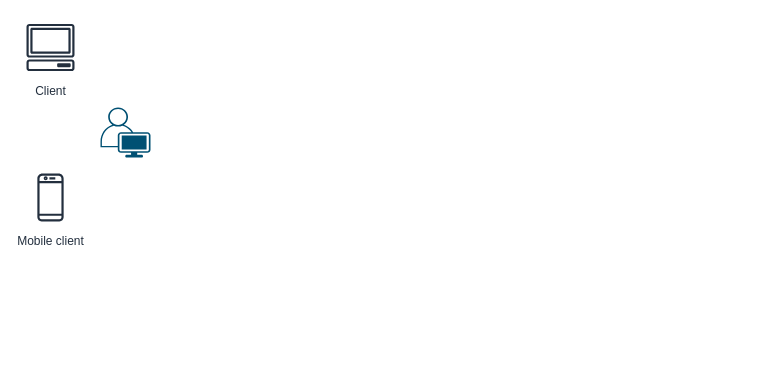
Before: diagrams.net/Untitled Diagram.drawio in karoc/karoc, a draw.io diagram. Source tidied: cells renumbered, new cells numbered last; positions are measured from the earlier drawing's top-left corner, leaving out a move shared by most shapes. Both pictures are drawn from the tidied source at 100%, with x=0, y=0 at pixel (20, 17).
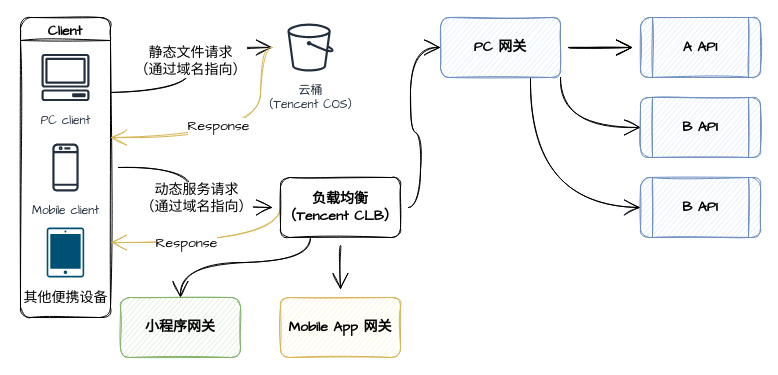
After the change.

The edit, as a diff of the source:
```diff
@@
+    <mxCell id="5" style="edgeStyle=orthogonalEdgeStyle;curved=1;rounded=1;sketch=1;hachureGap=4;jettySize=auto;html=1;exitX=1;exitY=0.25;exitDx=0;exitDy=0;fontFamily=Comic Sans MS;fontSize=14;endArrow=open;startSize=14;endSize=14;sourcePerimeterSpacing=8;targetPerimeterSpacing=8;" parent="1" edge="1" source="2" target="13">
+      <mxGeometry relative="1" as="geometry" />
+    </mxCell>
+    <mxCell id="6" value="&lt;div&gt;静态文件请求&lt;/div&gt;&lt;div&gt;（通过域名指向）&lt;/div&gt;" style="edgeLabel;html=1;align=center;verticalAlign=middle;fontSize=14;fontFamily=Comic Sans MS;" parent="5" vertex="1">
+      <mxGeometry x="0.08" y="1" relative="1" as="geometry" />
+    </mxCell>
+    <mxCell id="7" style="edgeStyle=orthogonalEdgeStyle;curved=1;rounded=1;sketch=1;hachureGap=4;jettySize=auto;html=1;fontFamily=Comic Sans MS;fontSize=14;endArrow=open;startSize=14;endSize=14;sourcePerimeterSpacing=8;targetPerimeterSpacing=8;" parent="1" edge="1" source="2" target="19">
+      <mxGeometry relative="1" as="geometry" />
+    </mxCell>
+    <mxCell id="8" value="&lt;div&gt;动态服务请求&lt;/div&gt;&lt;div&gt;（通过域名指向）&lt;/div&gt;" style="edgeLabel;html=1;align=center;verticalAlign=middle;fontSize=14;fontFamily=Comic Sans MS;" parent="7" vertex="1">
+      <mxGeometry x="-0.26" y="-3" relative="1" as="geometry">
+        <mxPoint x="8" y="30" as="offset" />
+      </mxGeometry>
+    </mxCell>
-    <mxCell id="2" value="Client" style="sketch=0;outlineConnect=0;fontColor=#232F3E;gradientColor=none;strokeColor=#232F3E;fillColor=#ffffff;dashed=0;verticalLabelPosition=bottom;verticalAlign=top;align=center;html=1;fontSize=12;fontStyle=0;shape=mxgraph.aws4.resourceIcon;resIcon=mxgraph.aws4.client;rounded=0;" parent="1" vertex="1">
-      <mxGeometry width="60" height="60" as="geometry" />
+    <mxCell id="2" value="Client" style="swimlane;rounded=1;shadow=0;glass=0;sketch=1;hachureGap=4;fontFamily=Comic Sans MS;fontSize=14;" parent="1" vertex="1">
+      <mxGeometry width="90" height="300" as="geometry" />
     </mxCell>
+    <mxCell id="9" value="&lt;div&gt;PC client&lt;/div&gt;" style="sketch=0;fontColor=#232F3E;gradientColor=none;strokeColor=#232F3E;fillColor=#ffffff;dashed=0;verticalLabelPosition=bottom;verticalAlign=top;align=center;html=1;fontSize=12;fontStyle=0;shape=mxgraph.aws4.resourceIcon;resIcon=mxgraph.aws4.client;rounded=1;shadow=0;glass=0;hachureGap=4;fontFamily=Comic Sans MS;" parent="2" vertex="1">
+      <mxGeometry x="15" y="30" width="60" height="60" as="geometry" />
+    </mxCell>
-    <mxCell id="3" value="Mobile client" style="sketch=0;fontColor=#232F3E;gradientColor=none;strokeColor=#232F3E;fillColor=#ffffff;dashed=0;verticalLabelPosition=bottom;verticalAlign=top;align=center;html=1;fontSize=12;fontStyle=0;shape=mxgraph.aws4.resourceIcon;resIcon=mxgraph.aws4.mobile_client;rounded=0;" parent="1" vertex="1">
-      <mxGeometry y="150" width="60" height="60" as="geometry" />
+    <mxCell id="3" value="Mobile client" style="sketch=0;fontColor=#232F3E;gradientColor=none;strokeColor=#232F3E;fillColor=#ffffff;dashed=0;verticalLabelPosition=bottom;verticalAlign=top;align=center;html=1;fontSize=12;fontStyle=0;shape=mxgraph.aws4.resourceIcon;resIcon=mxgraph.aws4.mobile_client;rounded=1;shadow=0;glass=0;hachureGap=4;fontFamily=Comic Sans MS;" parent="2" vertex="1">
+      <mxGeometry x="15" y="120" width="60" height="60" as="geometry" />
     </mxCell>
-    <mxCell id="4" style="verticalLabelPosition=bottom;sketch=0;html=1;verticalAlign=top;align=center;shape=mxgraph.cisco19.user;fillColor=#005073;strokeColor=none;rounded=0;fontColor=#46495D;" parent="1" vertex="1">
-      <mxGeometry x="80" y="90" width="50" height="50" as="geometry" />
-    </mxCell>
+    <mxCell id="10" value="&lt;font style=&quot;font-size: 14px;&quot;&gt;其他&lt;/font&gt;&lt;font style=&quot;font-size: 14px;&quot;&gt;便携设备&lt;br&gt;&lt;/font&gt;" style="sketch=0;verticalLabelPosition=bottom;html=1;verticalAlign=top;align=center;shape=mxgraph.cisco19.handheld;fillColor=#005073;strokeColor=none;rounded=1;shadow=0;glass=0;hachureGap=4;fontFamily=Comic Sans MS;fontSize=20;" parent="2" vertex="1">
+      <mxGeometry x="26.2" y="210" width="37.5" height="50" as="geometry" />
+    </mxCell>
+    <mxCell id="11" style="edgeStyle=orthogonalEdgeStyle;curved=1;rounded=1;sketch=1;hachureGap=4;jettySize=auto;html=1;fontFamily=Comic Sans MS;fontSize=14;endArrow=open;startSize=14;endSize=14;sourcePerimeterSpacing=8;targetPerimeterSpacing=8;fillColor=#fff2cc;strokeColor=#d6b656;" parent="1" edge="1" source="13">
+      <mxGeometry relative="1" as="geometry">
+        <mxPoint x="90" y="120" as="targetPoint" />
+        <Array as="points">
+          <mxPoint x="240" y="30" />
+          <mxPoint x="240" y="120" />
+        </Array>
+      </mxGeometry>
+    </mxCell>
+    <mxCell id="12" value="Response" style="edgeLabel;html=1;align=center;verticalAlign=middle;fontSize=14;fontFamily=Comic Sans MS;" parent="11" vertex="1">
+      <mxGeometry x="0.15" y="-12" relative="1" as="geometry" />
+    </mxCell>
+    <mxCell id="13" value="&lt;div&gt;云桶&lt;/div&gt;&lt;div&gt;（Tencent COS）&lt;/div&gt;" style="sketch=0;outlineConnect=0;fontColor=#232F3E;gradientColor=none;strokeColor=#232F3E;fillColor=#ffffff;dashed=0;verticalLabelPosition=bottom;verticalAlign=top;align=center;html=1;fontSize=12;fontStyle=0;shape=mxgraph.aws4.resourceIcon;resIcon=mxgraph.aws4.bucket;rounded=1;shadow=0;glass=0;hachureGap=4;fontFamily=Comic Sans MS;" parent="1" vertex="1">
+      <mxGeometry x="260" width="60" height="60" as="geometry" />
+    </mxCell>
+    <mxCell id="14" style="edgeStyle=orthogonalEdgeStyle;curved=1;rounded=1;sketch=1;hachureGap=4;jettySize=auto;html=1;fontFamily=Comic Sans MS;fontSize=14;endArrow=open;startSize=14;endSize=14;sourcePerimeterSpacing=8;targetPerimeterSpacing=8;entryX=0;entryY=0.5;entryDx=0;entryDy=0;" parent="1" edge="1" source="19" target="24">
+      <mxGeometry relative="1" as="geometry" />
+    </mxCell>
+    <mxCell id="15" style="edgeStyle=orthogonalEdgeStyle;curved=1;rounded=1;sketch=1;hachureGap=4;jettySize=auto;html=1;fontFamily=Comic Sans MS;fontSize=14;endArrow=open;startSize=14;endSize=14;sourcePerimeterSpacing=8;targetPerimeterSpacing=8;" parent="1" edge="1" source="19" target="25">
+      <mxGeometry relative="1" as="geometry" />
+    </mxCell>
+    <mxCell id="16" style="edgeStyle=orthogonalEdgeStyle;curved=1;rounded=1;sketch=1;hachureGap=4;jettySize=auto;html=1;exitX=0.25;exitY=1;exitDx=0;exitDy=0;entryX=0.5;entryY=0;entryDx=0;entryDy=0;fontFamily=Comic Sans MS;fontSize=14;endArrow=open;startSize=14;endSize=14;sourcePerimeterSpacing=8;targetPerimeterSpacing=8;" parent="1" edge="1" source="19" target="26">
+      <mxGeometry relative="1" as="geometry" />
+    </mxCell>
+    <mxCell id="17" style="edgeStyle=orthogonalEdgeStyle;curved=1;rounded=1;sketch=1;hachureGap=4;jettySize=auto;html=1;exitX=0;exitY=0.5;exitDx=0;exitDy=0;entryX=1;entryY=0.75;entryDx=0;entryDy=0;fontFamily=Comic Sans MS;fontSize=14;endArrow=open;startSize=14;endSize=14;sourcePerimeterSpacing=8;targetPerimeterSpacing=8;fillColor=#fff2cc;strokeColor=#d6b656;" parent="1" edge="1" source="19" target="2">
+      <mxGeometry relative="1" as="geometry">
+        <Array as="points">
+          <mxPoint x="260" y="225" />
+        </Array>
+      </mxGeometry>
+    </mxCell>
+    <mxCell id="18" value="Response" style="edgeLabel;html=1;align=center;verticalAlign=middle;fontSize=14;fontFamily=Comic Sans MS;" parent="17" vertex="1">
+      <mxGeometry x="0.27" relative="1" as="geometry" />
+    </mxCell>
+    <mxCell id="19" value="&lt;div&gt;负载均衡&lt;/div&gt;&lt;div&gt;（Tencent CLB）&lt;/div&gt;" style="whiteSpace=wrap;html=1;fontSize=14;fontFamily=Comic Sans MS;fontStyle=1;startSize=23;rounded=1;shadow=0;glass=0;sketch=1;hachureGap=4;" parent="1" vertex="1">
+      <mxGeometry x="260" y="160" width="120" height="60" as="geometry" />
+    </mxCell>
+    <mxCell id="20" style="edgeStyle=orthogonalEdgeStyle;curved=1;rounded=1;sketch=1;hachureGap=4;jettySize=auto;html=1;fontFamily=Comic Sans MS;fontSize=14;endArrow=open;startSize=14;endSize=14;sourcePerimeterSpacing=8;targetPerimeterSpacing=8;" parent="1" edge="1" source="24" target="27">
+      <mxGeometry relative="1" as="geometry" />
+    </mxCell>
+    <mxCell id="21" style="edgeStyle=orthogonalEdgeStyle;curved=1;rounded=1;sketch=1;hachureGap=4;jettySize=auto;html=1;fontFamily=Comic Sans MS;fontSize=14;endArrow=open;startSize=14;endSize=14;sourcePerimeterSpacing=8;targetPerimeterSpacing=8;" parent="1" edge="1" source="24" target="27">
+      <mxGeometry relative="1" as="geometry" />
+    </mxCell>
+    <mxCell id="22" style="edgeStyle=orthogonalEdgeStyle;curved=1;rounded=1;sketch=1;hachureGap=4;jettySize=auto;html=1;exitX=1;exitY=1;exitDx=0;exitDy=0;entryX=0;entryY=0.5;entryDx=0;entryDy=0;fontFamily=Comic Sans MS;fontSize=14;endArrow=open;startSize=14;endSize=14;sourcePerimeterSpacing=8;targetPerimeterSpacing=8;" parent="1" edge="1" source="24" target="28">
+      <mxGeometry relative="1" as="geometry" />
+    </mxCell>
+    <mxCell id="23" style="edgeStyle=orthogonalEdgeStyle;curved=1;rounded=1;sketch=1;hachureGap=4;jettySize=auto;html=1;exitX=0.75;exitY=1;exitDx=0;exitDy=0;entryX=0;entryY=0.5;entryDx=0;entryDy=0;fontFamily=Comic Sans MS;fontSize=14;endArrow=open;startSize=14;endSize=14;sourcePerimeterSpacing=8;targetPerimeterSpacing=8;" parent="1" edge="1" source="24" target="29">
+      <mxGeometry relative="1" as="geometry" />
+    </mxCell>
+    <mxCell id="24" value="PC 网关" style="whiteSpace=wrap;html=1;fontSize=14;fontFamily=Comic Sans MS;fontStyle=1;startSize=23;rounded=1;shadow=0;glass=0;sketch=1;hachureGap=4;fillColor=#dae8fc;strokeColor=#6c8ebf;" parent="1" vertex="1">
+      <mxGeometry x="420" width="120" height="60" as="geometry" />
+    </mxCell>
+    <mxCell id="25" value="Mobile App 网关" style="whiteSpace=wrap;html=1;fontSize=14;fontFamily=Comic Sans MS;fontStyle=1;startSize=23;rounded=1;shadow=0;glass=0;sketch=1;hachureGap=4;fillColor=#fff2cc;strokeColor=#d6b656;" parent="1" vertex="1">
+      <mxGeometry x="260" y="280" width="120" height="60" as="geometry" />
+    </mxCell>
+    <mxCell id="26" value="小程序网关" style="whiteSpace=wrap;html=1;fontSize=14;fontFamily=Comic Sans MS;fontStyle=1;startSize=23;rounded=1;shadow=0;glass=0;sketch=1;hachureGap=4;fillColor=#d5e8d4;strokeColor=#82b366;" parent="1" vertex="1">
+      <mxGeometry x="100" y="280" width="120" height="60" as="geometry" />
+    </mxCell>
+    <mxCell id="27" value="A API" style="shape=process;whiteSpace=wrap;html=1;backgroundOutline=1;fontSize=14;fontFamily=Comic Sans MS;fillColor=#dae8fc;strokeColor=#6c8ebf;fontStyle=1;startSize=23;rounded=1;shadow=0;glass=0;sketch=1;hachureGap=4;" parent="1" vertex="1">
+      <mxGeometry x="620" width="120" height="60" as="geometry" />
+    </mxCell>
+    <mxCell id="28" value="B API" style="shape=process;whiteSpace=wrap;html=1;backgroundOutline=1;fontSize=14;fontFamily=Comic Sans MS;fillColor=#dae8fc;strokeColor=#6c8ebf;fontStyle=1;startSize=23;rounded=1;shadow=0;glass=0;sketch=1;hachureGap=4;" parent="1" vertex="1">
+      <mxGeometry x="620" y="80" width="120" height="60" as="geometry" />
+    </mxCell>
+    <mxCell id="29" value="B API" style="shape=process;whiteSpace=wrap;html=1;backgroundOutline=1;fontSize=14;fontFamily=Comic Sans MS;fillColor=#dae8fc;strokeColor=#6c8ebf;fontStyle=1;startSize=23;rounded=1;shadow=0;glass=0;sketch=1;hachureGap=4;" parent="1" vertex="1">
+      <mxGeometry x="620" y="160" width="120" height="60" as="geometry" />
+    </mxCell>
```
